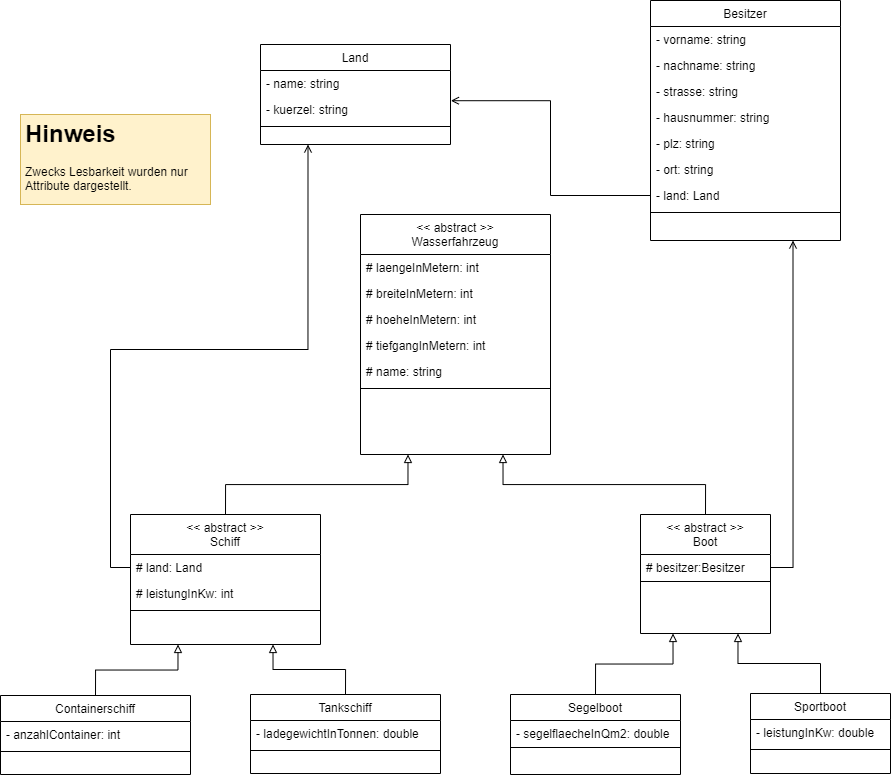
The draw.io diagram UML-SchiffeUndBoote.drawio.png in gsoTH/iaf_SchiffeUndBoote, before a commit. Source tidied: cells renumbered, new cells last; positions are measured from the earlier drawing's top-left corner, leaving out a move shared by most shapes. Its diagram source:
```xml
<mxGraphModel background="#FFFFFF">
  <root>
    <mxCell id="0" />
    <mxCell id="1" parent="0" />
    <mxCell id="2" value="Tankschiff" style="swimlane;fontStyle=0;align=center;verticalAlign=top;horizontal=1;startSize=26;shadow=0;strokeWidth=1;" parent="1" vertex="1">
      <mxGeometry x="250" y="694" width="190" height="79" as="geometry" />
    </mxCell>
    <mxCell id="3" value="- ladegewichtInTonnen: double" style="text;align=left;verticalAlign=top;spacingLeft=4;spacingRight=4;overflow=hidden;shadow=0;html=0;" parent="2" vertex="1">
      <mxGeometry y="26" width="190" height="26" as="geometry" />
    </mxCell>
    <mxCell id="4" style="line;html=1;strokeWidth=1;align=left;verticalAlign=middle;spacingTop=-1;spacingLeft=3;spacingRight=3;labelPosition=right;" parent="2" vertex="1">
      <mxGeometry y="52" width="190" height="8" as="geometry" />
    </mxCell>
    <mxCell id="5" style="edgeStyle=orthogonalEdgeStyle;jettySize=auto;html=1;exitX=0;exitY=0.5;exitDx=0;exitDy=0;endArrow=open;endFill=0;rounded=0;entryX=0.25;entryY=1;entryDx=0;entryDy=0;" parent="1" edge="1" source="32" target="16">
      <mxGeometry relative="1" as="geometry" />
    </mxCell>
    <mxCell id="6" value="Containerschiff" style="swimlane;fontStyle=0;align=center;verticalAlign=top;horizontal=1;startSize=26;shadow=0;strokeWidth=1;" parent="1" vertex="1">
      <mxGeometry y="695" width="190" height="79" as="geometry" />
    </mxCell>
    <mxCell id="7" value="- anzahlContainer: int" style="text;align=left;verticalAlign=top;spacingLeft=4;spacingRight=4;overflow=hidden;shadow=0;html=0;" parent="6" vertex="1">
      <mxGeometry y="26" width="190" height="26" as="geometry" />
    </mxCell>
    <mxCell id="8" style="line;html=1;strokeWidth=1;align=left;verticalAlign=middle;spacingTop=-1;spacingLeft=3;spacingRight=3;labelPosition=right;" parent="6" vertex="1">
      <mxGeometry y="52" width="190" height="8" as="geometry" />
    </mxCell>
    <mxCell id="9" style="edgeStyle=orthogonalEdgeStyle;jettySize=auto;html=1;exitX=1;exitY=0.5;exitDx=0;exitDy=0;entryX=0.75;entryY=1;entryDx=0;entryDy=0;endArrow=open;endFill=0;rounded=0;" parent="1" edge="1" source="11" target="20">
      <mxGeometry relative="1" as="geometry" />
    </mxCell>
    <mxCell id="10" value="&lt;&lt; abstract &gt;&gt;&#10;Boot" style="swimlane;fontStyle=0;align=center;verticalAlign=top;horizontal=1;startSize=40;shadow=0;strokeWidth=1;" parent="1" vertex="1">
      <mxGeometry x="640" y="514" width="130" height="119" as="geometry" />
    </mxCell>
    <mxCell id="11" value="# besitzer:Besitzer" style="text;align=left;verticalAlign=top;spacingLeft=4;spacingRight=4;overflow=hidden;points=[[0,0.5],[1,0.5]];portConstraint=eastwest;shadow=0;html=0;" parent="10" vertex="1">
      <mxGeometry y="40" width="130" height="26" as="geometry" />
    </mxCell>
    <mxCell id="12" style="line;html=1;strokeWidth=1;align=left;verticalAlign=middle;spacingTop=-1;spacingLeft=3;spacingRight=3;labelPosition=right;" parent="10" vertex="1">
      <mxGeometry y="66" width="130" height="2" as="geometry" />
    </mxCell>
    <mxCell id="13" value="Sportboot" style="swimlane;fontStyle=0;align=center;verticalAlign=top;horizontal=1;startSize=26;shadow=0;strokeWidth=1;" parent="1" vertex="1">
      <mxGeometry x="750" y="693" width="140" height="80" as="geometry" />
    </mxCell>
    <mxCell id="14" value="- leistungInKw: double" style="text;align=left;verticalAlign=top;spacingLeft=4;spacingRight=4;overflow=hidden;shadow=0;html=0;" parent="13" vertex="1">
      <mxGeometry y="26" width="140" height="26" as="geometry" />
    </mxCell>
    <mxCell id="15" style="line;html=1;strokeWidth=1;align=left;verticalAlign=middle;spacingTop=-1;spacingLeft=3;spacingRight=3;labelPosition=right;" parent="13" vertex="1">
      <mxGeometry y="52" width="140" height="8" as="geometry" />
    </mxCell>
    <mxCell id="16" value="Land" style="swimlane;fontStyle=0;align=center;verticalAlign=top;horizontal=1;startSize=26;shadow=0;strokeWidth=1;" parent="1" vertex="1">
      <mxGeometry x="260" y="44" width="190" height="100" as="geometry" />
    </mxCell>
    <mxCell id="17" value="- name: string" style="text;align=left;verticalAlign=top;spacingLeft=4;spacingRight=4;overflow=hidden;" parent="16" vertex="1">
      <mxGeometry y="26" width="190" height="26" as="geometry" />
    </mxCell>
    <mxCell id="18" value="- kuerzel: string" style="text;align=left;verticalAlign=top;spacingLeft=4;spacingRight=4;overflow=hidden;points=[[0,0.5],[1,0.5]];portConstraint=eastwest;shadow=0;html=0;" parent="16" vertex="1">
      <mxGeometry y="52" width="190" height="26" as="geometry" />
    </mxCell>
    <mxCell id="19" style="line;html=1;strokeWidth=1;align=left;verticalAlign=middle;spacingTop=-1;spacingLeft=3;spacingRight=3;labelPosition=right;" parent="16" vertex="1">
      <mxGeometry y="78" width="190" height="8" as="geometry" />
    </mxCell>
    <mxCell id="20" value="Besitzer" style="swimlane;fontStyle=0;align=center;verticalAlign=top;horizontal=1;startSize=26;shadow=0;strokeWidth=1;" parent="1" vertex="1">
      <mxGeometry x="650" width="190" height="240" as="geometry" />
    </mxCell>
    <mxCell id="21" value="- vorname: string" style="text;align=left;verticalAlign=top;spacingLeft=4;spacingRight=4;overflow=hidden;" parent="20" vertex="1">
      <mxGeometry y="26" width="190" height="26" as="geometry" />
    </mxCell>
    <mxCell id="22" value="- nachname: string" style="text;align=left;verticalAlign=top;spacingLeft=4;spacingRight=4;overflow=hidden;shadow=0;html=0;" parent="20" vertex="1">
      <mxGeometry y="52" width="190" height="26" as="geometry" />
    </mxCell>
    <mxCell id="23" value="- strasse: string" style="text;align=left;verticalAlign=top;spacingLeft=4;spacingRight=4;overflow=hidden;shadow=0;html=0;" parent="20" vertex="1">
      <mxGeometry y="78" width="190" height="26" as="geometry" />
    </mxCell>
    <mxCell id="24" value="- hausnummer: string" style="text;align=left;verticalAlign=top;spacingLeft=4;spacingRight=4;overflow=hidden;shadow=0;html=0;" parent="20" vertex="1">
      <mxGeometry y="104" width="190" height="26" as="geometry" />
    </mxCell>
    <mxCell id="25" value="- plz: string" style="text;align=left;verticalAlign=top;spacingLeft=4;spacingRight=4;overflow=hidden;shadow=0;html=0;" parent="20" vertex="1">
      <mxGeometry y="130" width="190" height="26" as="geometry" />
    </mxCell>
    <mxCell id="26" value="- ort: string" style="text;align=left;verticalAlign=top;spacingLeft=4;spacingRight=4;overflow=hidden;shadow=0;html=0;" parent="20" vertex="1">
      <mxGeometry y="156" width="190" height="26" as="geometry" />
    </mxCell>
    <mxCell id="27" value="- land: Land" style="text;align=left;verticalAlign=top;spacingLeft=4;spacingRight=4;overflow=hidden;points=[[0,0.5],[1,0.5]];portConstraint=eastwest;shadow=0;html=0;" parent="20" vertex="1">
      <mxGeometry y="182" width="190" height="26" as="geometry" />
    </mxCell>
    <mxCell id="28" style="line;html=1;strokeWidth=1;align=left;verticalAlign=middle;spacingTop=-1;spacingLeft=3;spacingRight=3;labelPosition=right;" parent="20" vertex="1">
      <mxGeometry y="208" width="190" height="8" as="geometry" />
    </mxCell>
    <mxCell id="29" style="edgeStyle=orthogonalEdgeStyle;jettySize=auto;html=1;exitX=0;exitY=0.5;exitDx=0;exitDy=0;entryX=1.002;entryY=0.162;entryDx=0;entryDy=0;entryPerimeter=0;endArrow=open;endFill=0;rounded=0;" parent="1" edge="1" source="27" target="18">
      <mxGeometry relative="1" as="geometry" />
    </mxCell>
    <mxCell id="30" value="&lt;h1&gt;Hinweis&lt;/h1&gt;&lt;p&gt;Zwecks Lesbarkeit wurden nur Attribute dargestellt.&amp;nbsp;&lt;/p&gt;&lt;p&gt;Jede Klasse enthält Konstruktoren und u jedem Attribut existieren Eigenschaften {get;set;}.&lt;br&gt;&lt;/p&gt;" style="text;html=1;strokeColor=#d6b656;fillColor=#fff2cc;spacing=5;spacingTop=-20;whiteSpace=wrap;overflow=hidden;rounded=0;fillStyle=auto;" parent="1" vertex="1">
      <mxGeometry x="20" y="114" width="190" height="90" as="geometry" />
    </mxCell>
    <mxCell id="31" value="&lt;&lt; abstract &gt;&gt;&#10;Schiff" style="swimlane;fontStyle=0;align=center;verticalAlign=top;horizontal=1;startSize=40;shadow=0;strokeWidth=1;" parent="1" vertex="1">
      <mxGeometry x="130" y="514" width="190" height="130" as="geometry" />
    </mxCell>
    <mxCell id="32" value="# land: Land" style="text;align=left;verticalAlign=top;spacingLeft=4;spacingRight=4;overflow=hidden;points=[[0,0.5],[1,0.5]];portConstraint=eastwest;shadow=0;html=0;" parent="31" vertex="1">
      <mxGeometry y="40" width="190" height="26" as="geometry" />
    </mxCell>
    <mxCell id="33" value="# leistungInKw: int" style="text;align=left;verticalAlign=top;spacingLeft=4;spacingRight=4;overflow=hidden;shadow=0;html=0;" parent="31" vertex="1">
      <mxGeometry y="66" width="190" height="26" as="geometry" />
    </mxCell>
    <mxCell id="34" style="line;html=1;strokeWidth=1;align=left;verticalAlign=middle;spacingTop=-1;spacingLeft=3;spacingRight=3;labelPosition=right;" parent="31" vertex="1">
      <mxGeometry y="92" width="190" height="8" as="geometry" />
    </mxCell>
    <mxCell id="35" value="&lt;&lt; abstract &gt;&gt;&#10;Wasserfahrzeug" style="swimlane;fontStyle=0;align=center;verticalAlign=top;horizontal=1;startSize=40;shadow=0;strokeWidth=1;" parent="1" vertex="1">
      <mxGeometry x="360" y="214" width="190" height="240" as="geometry" />
    </mxCell>
    <mxCell id="36" value="# laengeInMetern: int" style="text;align=left;verticalAlign=top;spacingLeft=4;spacingRight=4;overflow=hidden;shadow=0;html=0;" parent="35" vertex="1">
      <mxGeometry y="40" width="190" height="26" as="geometry" />
    </mxCell>
    <mxCell id="37" value="# breiteInMetern: int" style="text;align=left;verticalAlign=top;spacingLeft=4;spacingRight=4;overflow=hidden;shadow=0;html=0;" parent="35" vertex="1">
      <mxGeometry y="66" width="190" height="26" as="geometry" />
    </mxCell>
    <mxCell id="38" value="# hoeheInMetern: int" style="text;align=left;verticalAlign=top;spacingLeft=4;spacingRight=4;overflow=hidden;shadow=0;html=0;" parent="35" vertex="1">
      <mxGeometry y="92" width="190" height="26" as="geometry" />
    </mxCell>
    <mxCell id="39" value="# tiefgangInMetern: int" style="text;align=left;verticalAlign=top;spacingLeft=4;spacingRight=4;overflow=hidden;shadow=0;html=0;" parent="35" vertex="1">
      <mxGeometry y="118" width="190" height="26" as="geometry" />
    </mxCell>
    <mxCell id="40" value="# name: string" style="text;align=left;verticalAlign=top;spacingLeft=4;spacingRight=4;overflow=hidden;" parent="35" vertex="1">
      <mxGeometry y="144" width="190" height="26" as="geometry" />
    </mxCell>
    <mxCell id="41" style="line;html=1;strokeWidth=1;align=left;verticalAlign=middle;spacingTop=-1;spacingLeft=3;spacingRight=3;labelPosition=right;" parent="35" vertex="1">
      <mxGeometry y="170" width="190" height="8" as="geometry" />
    </mxCell>
    <mxCell id="42" value="Segelboot" style="swimlane;fontStyle=0;align=center;verticalAlign=top;horizontal=1;startSize=26;shadow=0;strokeWidth=1;" parent="1" vertex="1">
      <mxGeometry x="510" y="694" width="170" height="80" as="geometry" />
    </mxCell>
    <mxCell id="43" value="- segelflaecheInQm2: double" style="text;align=left;verticalAlign=top;spacingLeft=4;spacingRight=4;overflow=hidden;shadow=0;html=0;" parent="42" vertex="1">
      <mxGeometry y="26" width="170" height="26" as="geometry" />
    </mxCell>
    <mxCell id="44" style="line;html=1;strokeWidth=1;align=left;verticalAlign=middle;spacingTop=-1;spacingLeft=3;spacingRight=3;labelPosition=right;" parent="42" vertex="1">
      <mxGeometry y="52" width="170" height="2" as="geometry" />
    </mxCell>
    <mxCell id="45" style="endArrow=block;html=1;rounded=0;exitX=0.5;exitY=0;exitDx=0;exitDy=0;entryX=0.75;entryY=1;entryDx=0;entryDy=0;endFill=0;edgeStyle=orthogonalEdgeStyle;" parent="1" edge="1" source="10" target="35">
      <mxGeometry relative="1" as="geometry" />
    </mxCell>
    <mxCell id="46" style="endArrow=block;html=1;rounded=0;exitX=0.5;exitY=0;exitDx=0;exitDy=0;entryX=0.25;entryY=1;entryDx=0;entryDy=0;endFill=0;edgeStyle=orthogonalEdgeStyle;" parent="1" edge="1" source="31" target="35">
      <mxGeometry relative="1" as="geometry" />
    </mxCell>
    <mxCell id="47" style="endArrow=block;html=1;rounded=0;exitX=0.5;exitY=0;exitDx=0;exitDy=0;entryX=0.25;entryY=1;entryDx=0;entryDy=0;endFill=0;edgeStyle=orthogonalEdgeStyle;" parent="1" edge="1" source="6" target="31">
      <mxGeometry relative="1" as="geometry" />
    </mxCell>
    <mxCell id="48" style="endArrow=block;html=1;rounded=0;exitX=0.5;exitY=0;exitDx=0;exitDy=0;endFill=0;edgeStyle=orthogonalEdgeStyle;entryX=0.75;entryY=1;entryDx=0;entryDy=0;" parent="1" edge="1" source="2" target="31">
      <mxGeometry relative="1" as="geometry" />
    </mxCell>
    <mxCell id="49" style="endArrow=block;html=1;rounded=0;exitX=0.5;exitY=0;exitDx=0;exitDy=0;entryX=0.25;entryY=1;entryDx=0;entryDy=0;endFill=0;edgeStyle=orthogonalEdgeStyle;" parent="1" edge="1" source="42" target="10">
      <mxGeometry relative="1" as="geometry" />
    </mxCell>
    <mxCell id="50" style="endArrow=block;html=1;rounded=0;exitX=0.5;exitY=0;exitDx=0;exitDy=0;entryX=0.75;entryY=1;entryDx=0;entryDy=0;endFill=0;edgeStyle=orthogonalEdgeStyle;" parent="1" edge="1" source="13" target="10">
      <mxGeometry relative="1" as="geometry" />
    </mxCell>
  </root>
</mxGraphModel>
```
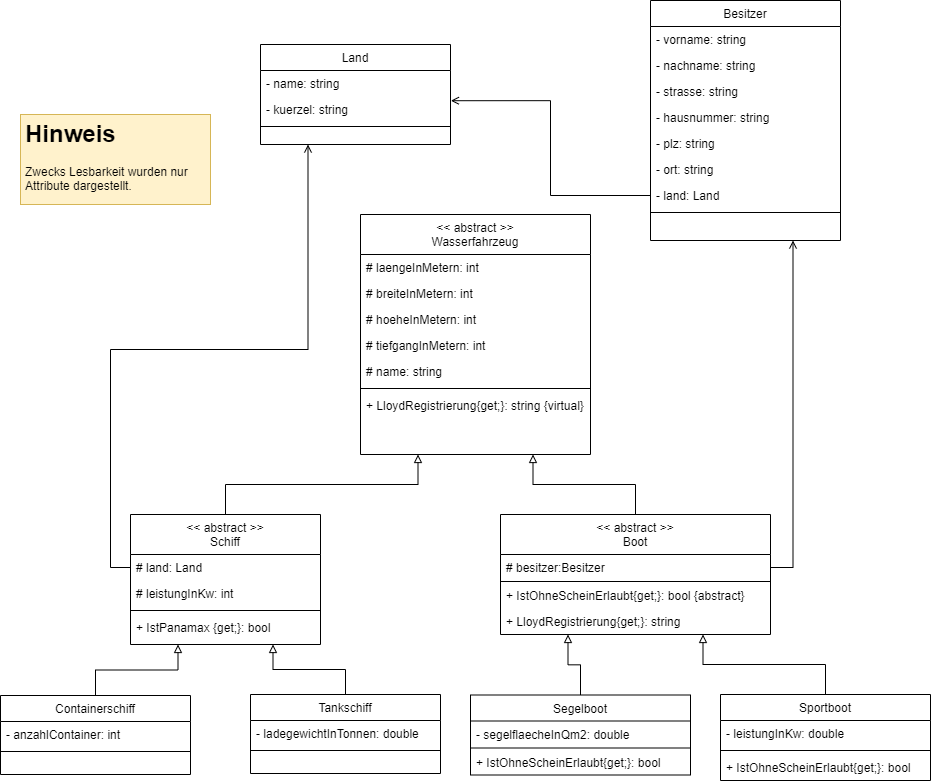
Above is the later version.

Commit message:
Planung für neue Funktionen eingebaut

Change to the diagram source:
```diff
@@ -27,23 +27,32 @@
       <mxGeometry relative="1" as="geometry" />
     </mxCell>
     <mxCell id="10" value="&lt;&lt; abstract &gt;&gt;&#10;Boot" style="swimlane;fontStyle=0;align=center;verticalAlign=top;horizontal=1;startSize=40;shadow=0;strokeWidth=1;" parent="1" vertex="1">
-      <mxGeometry x="640" y="514" width="130" height="119" as="geometry" />
+      <mxGeometry x="500" y="514" width="270" height="120" as="geometry" />
     </mxCell>
     <mxCell id="11" value="# besitzer:Besitzer" style="text;align=left;verticalAlign=top;spacingLeft=4;spacingRight=4;overflow=hidden;points=[[0,0.5],[1,0.5]];portConstraint=eastwest;shadow=0;html=0;" parent="10" vertex="1">
-      <mxGeometry y="40" width="130" height="26" as="geometry" />
+      <mxGeometry y="40" width="270" height="26" as="geometry" />
     </mxCell>
     <mxCell id="12" style="line;html=1;strokeWidth=1;align=left;verticalAlign=middle;spacingTop=-1;spacingLeft=3;spacingRight=3;labelPosition=right;" parent="10" vertex="1">
-      <mxGeometry y="66" width="130" height="2" as="geometry" />
+      <mxGeometry y="66" width="270" height="2" as="geometry" />
     </mxCell>
+    <mxCell id="51" value="+ IstOhneScheinErlaubt{get;}: bool {abstract}" style="text;align=left;verticalAlign=top;spacingLeft=4;spacingRight=4;overflow=hidden;shadow=0;html=0;" parent="10" vertex="1">
+      <mxGeometry y="68" width="270" height="26" as="geometry" />
+    </mxCell>
+    <mxCell id="52" value="+ LloydRegistrierung{get;}: string" style="text;align=left;verticalAlign=top;spacingLeft=4;spacingRight=4;overflow=hidden;shadow=0;html=0;" parent="10" vertex="1">
+      <mxGeometry y="94" width="270" height="26" as="geometry" />
+    </mxCell>
     <mxCell id="13" value="Sportboot" style="swimlane;fontStyle=0;align=center;verticalAlign=top;horizontal=1;startSize=26;shadow=0;strokeWidth=1;" parent="1" vertex="1">
-      <mxGeometry x="750" y="693" width="140" height="80" as="geometry" />
+      <mxGeometry x="720" y="694" width="210" height="86" as="geometry" />
     </mxCell>
     <mxCell id="14" value="- leistungInKw: double" style="text;align=left;verticalAlign=top;spacingLeft=4;spacingRight=4;overflow=hidden;shadow=0;html=0;" parent="13" vertex="1">
-      <mxGeometry y="26" width="140" height="26" as="geometry" />
+      <mxGeometry y="26" width="210" height="26" as="geometry" />
     </mxCell>
     <mxCell id="15" style="line;html=1;strokeWidth=1;align=left;verticalAlign=middle;spacingTop=-1;spacingLeft=3;spacingRight=3;labelPosition=right;" parent="13" vertex="1">
-      <mxGeometry y="52" width="140" height="8" as="geometry" />
+      <mxGeometry y="52" width="210" height="8" as="geometry" />
     </mxCell>
+    <mxCell id="53" value="+ IstOhneScheinErlaubt{get;}: bool" style="text;align=left;verticalAlign=top;spacingLeft=4;spacingRight=4;overflow=hidden;shadow=0;html=0;" parent="13" vertex="1">
+      <mxGeometry y="60" width="210" height="26" as="geometry" />
+    </mxCell>
     <mxCell id="16" value="Land" style="swimlane;fontStyle=0;align=center;verticalAlign=top;horizontal=1;startSize=26;shadow=0;strokeWidth=1;" parent="1" vertex="1">
       <mxGeometry x="260" y="44" width="190" height="100" as="geometry" />
     </mxCell>
@@ -101,36 +110,45 @@
     <mxCell id="34" style="line;html=1;strokeWidth=1;align=left;verticalAlign=middle;spacingTop=-1;spacingLeft=3;spacingRight=3;labelPosition=right;" parent="31" vertex="1">
       <mxGeometry y="92" width="190" height="8" as="geometry" />
     </mxCell>
+    <mxCell id="54" value="+ IstPanamax {get;}: bool" style="text;align=left;verticalAlign=top;spacingLeft=4;spacingRight=4;overflow=hidden;shadow=0;html=0;" parent="31" vertex="1">
+      <mxGeometry y="100" width="190" height="26" as="geometry" />
+    </mxCell>
     <mxCell id="35" value="&lt;&lt; abstract &gt;&gt;&#10;Wasserfahrzeug" style="swimlane;fontStyle=0;align=center;verticalAlign=top;horizontal=1;startSize=40;shadow=0;strokeWidth=1;" parent="1" vertex="1">
-      <mxGeometry x="360" y="214" width="190" height="240" as="geometry" />
+      <mxGeometry x="360" y="214" width="230" height="240" as="geometry" />
     </mxCell>
     <mxCell id="36" value="# laengeInMetern: int" style="text;align=left;verticalAlign=top;spacingLeft=4;spacingRight=4;overflow=hidden;shadow=0;html=0;" parent="35" vertex="1">
-      <mxGeometry y="40" width="190" height="26" as="geometry" />
+      <mxGeometry y="40" width="230" height="26" as="geometry" />
     </mxCell>
     <mxCell id="37" value="# breiteInMetern: int" style="text;align=left;verticalAlign=top;spacingLeft=4;spacingRight=4;overflow=hidden;shadow=0;html=0;" parent="35" vertex="1">
-      <mxGeometry y="66" width="190" height="26" as="geometry" />
+      <mxGeometry y="66" width="230" height="26" as="geometry" />
     </mxCell>
     <mxCell id="38" value="# hoeheInMetern: int" style="text;align=left;verticalAlign=top;spacingLeft=4;spacingRight=4;overflow=hidden;shadow=0;html=0;" parent="35" vertex="1">
-      <mxGeometry y="92" width="190" height="26" as="geometry" />
+      <mxGeometry y="92" width="230" height="26" as="geometry" />
     </mxCell>
     <mxCell id="39" value="# tiefgangInMetern: int" style="text;align=left;verticalAlign=top;spacingLeft=4;spacingRight=4;overflow=hidden;shadow=0;html=0;" parent="35" vertex="1">
-      <mxGeometry y="118" width="190" height="26" as="geometry" />
+      <mxGeometry y="118" width="230" height="26" as="geometry" />
     </mxCell>
     <mxCell id="40" value="# name: string" style="text;align=left;verticalAlign=top;spacingLeft=4;spacingRight=4;overflow=hidden;" parent="35" vertex="1">
-      <mxGeometry y="144" width="190" height="26" as="geometry" />
+      <mxGeometry y="144" width="230" height="26" as="geometry" />
     </mxCell>
     <mxCell id="41" style="line;html=1;strokeWidth=1;align=left;verticalAlign=middle;spacingTop=-1;spacingLeft=3;spacingRight=3;labelPosition=right;" parent="35" vertex="1">
-      <mxGeometry y="170" width="190" height="8" as="geometry" />
+      <mxGeometry y="170" width="230" height="8" as="geometry" />
     </mxCell>
+    <mxCell id="55" value="+ LloydRegistrierung{get;}: string {virtual}" style="text;align=left;verticalAlign=top;spacingLeft=4;spacingRight=4;overflow=hidden;shadow=0;html=0;" parent="35" vertex="1">
+      <mxGeometry y="178" width="230" height="26" as="geometry" />
+    </mxCell>
     <mxCell id="42" value="Segelboot" style="swimlane;fontStyle=0;align=center;verticalAlign=top;horizontal=1;startSize=26;shadow=0;strokeWidth=1;" parent="1" vertex="1">
-      <mxGeometry x="510" y="694" width="170" height="80" as="geometry" />
+      <mxGeometry x="470" y="694.5" width="220" height="80" as="geometry" />
     </mxCell>
     <mxCell id="43" value="- segelflaecheInQm2: double" style="text;align=left;verticalAlign=top;spacingLeft=4;spacingRight=4;overflow=hidden;shadow=0;html=0;" parent="42" vertex="1">
-      <mxGeometry y="26" width="170" height="26" as="geometry" />
+      <mxGeometry y="26" width="220" height="26" as="geometry" />
     </mxCell>
     <mxCell id="44" style="line;html=1;strokeWidth=1;align=left;verticalAlign=middle;spacingTop=-1;spacingLeft=3;spacingRight=3;labelPosition=right;" parent="42" vertex="1">
-      <mxGeometry y="52" width="170" height="2" as="geometry" />
+      <mxGeometry y="52" width="220" height="2" as="geometry" />
     </mxCell>
+    <mxCell id="56" value="+ IstOhneScheinErlaubt{get;}: bool" style="text;align=left;verticalAlign=top;spacingLeft=4;spacingRight=4;overflow=hidden;shadow=0;html=0;" parent="42" vertex="1">
+      <mxGeometry y="54" width="220" height="26" as="geometry" />
+    </mxCell>
     <mxCell id="45" style="endArrow=block;html=1;rounded=0;exitX=0.5;exitY=0;exitDx=0;exitDy=0;entryX=0.75;entryY=1;entryDx=0;entryDy=0;endFill=0;edgeStyle=orthogonalEdgeStyle;" parent="1" edge="1" source="10" target="35">
       <mxGeometry relative="1" as="geometry" />
     </mxCell>
```
